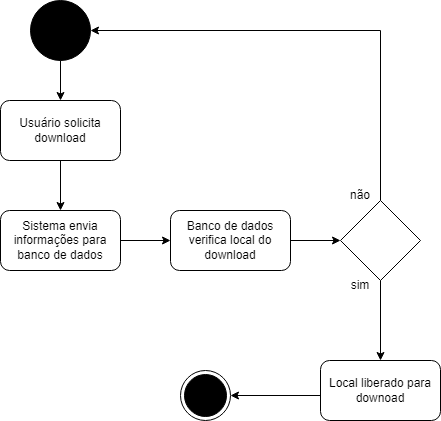
MatMendes/BDeEngenhariaSoftware keeps this draw.io diagram as RF6.drawio.png. Above is the earlier version. Source tidied: cells renumbered, new cells last; positions are measured from the earlier drawing's top-left corner, leaving out a move shared by most shapes.
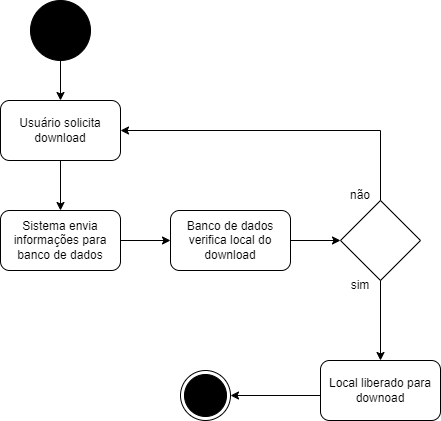
Above is the later version.

Change to the diagram source:
```diff
@@ -38,10 +38,10 @@
     <mxCell id="13" value="não" style="text;html=1;strokeColor=none;fillColor=none;align=center;verticalAlign=middle;whiteSpace=wrap;rounded=0;" parent="1" vertex="1">
       <mxGeometry x="330" y="180" width="60" height="30" as="geometry" />
     </mxCell>
-    <mxCell id="14" style="endArrow=classic;html=1;rounded=0;exitX=0.5;exitY=0;exitDx=0;exitDy=0;entryX=1;entryY=0.5;entryDx=0;entryDy=0;" parent="1" edge="1" source="10" target="2">
+    <mxCell id="14" style="endArrow=classic;html=1;rounded=0;exitX=0.5;exitY=0;exitDx=0;exitDy=0;entryX=1;entryY=0.5;entryDx=0;entryDy=0;" parent="1" edge="1" source="10" target="4">
       <mxGeometry relative="1" as="geometry">
         <Array as="points">
-          <mxPoint x="380" y="30" />
+          <mxPoint x="380" y="130" />
         </Array>
       </mxGeometry>
     </mxCell>
```
